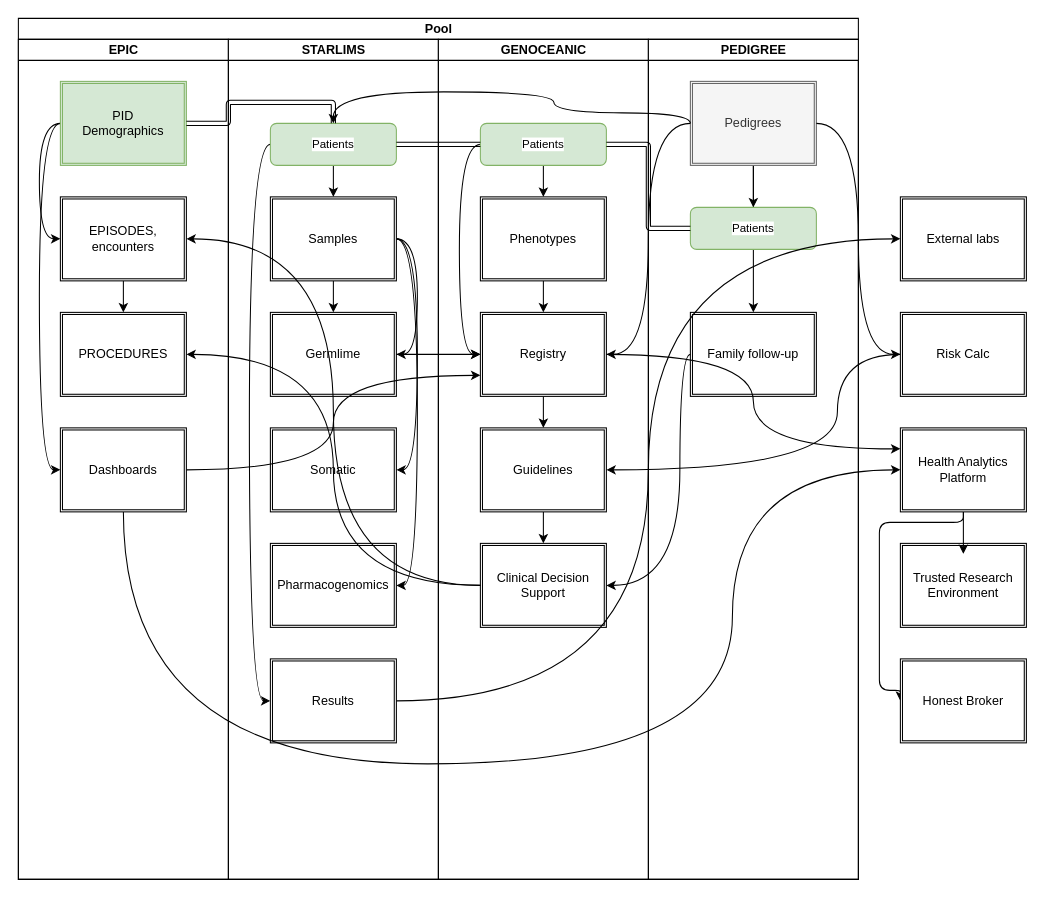
Above: Untitled Diagram.drawio in shanemuk/pedigreemd (draw.io), before the change. Source tidied: cells renumbered, new cells numbered last; positions are measured from the earlier drawing's top-left corner, leaving out a move shared by most shapes. Both pictures are drawn from the tidied source at 105%, with x=0, y=0 at pixel (18, 18).
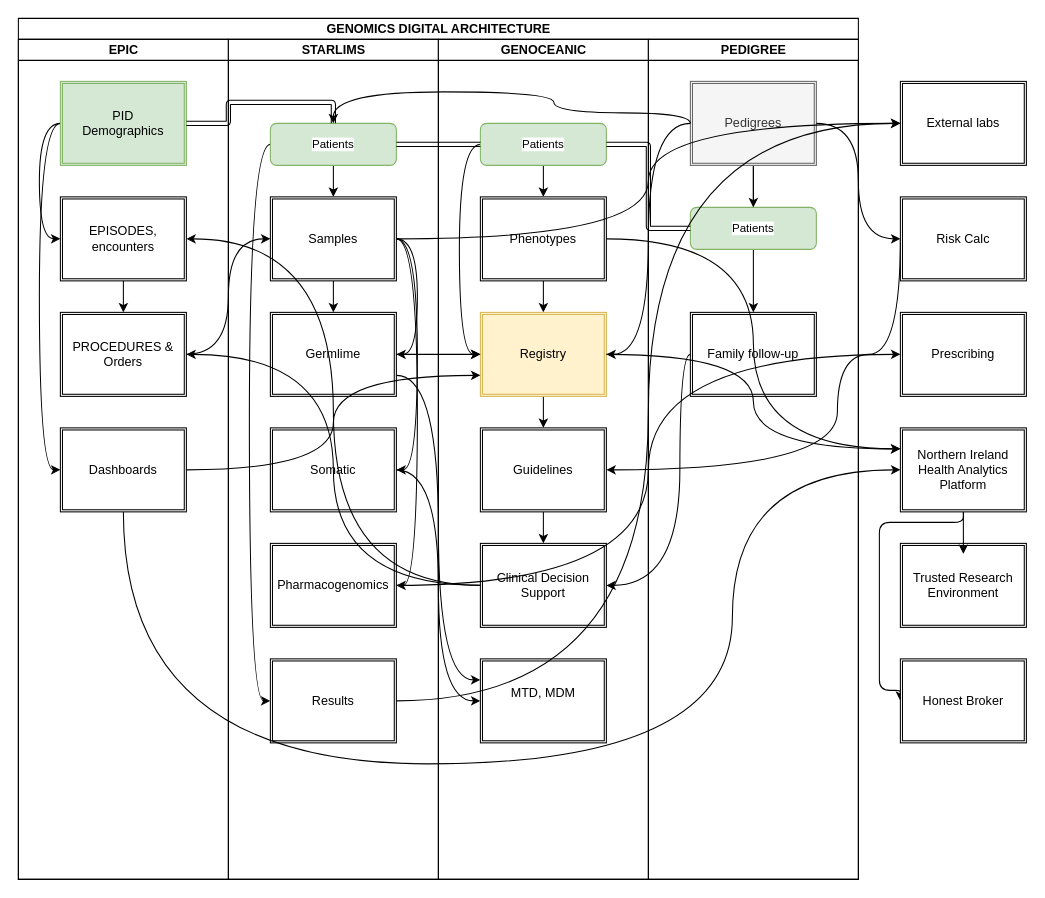
The same diagram, later.

Unchanged cells that the change refers to:
```xml
<mxCell id="3" value="EPIC" style="swimlane;startSize=20;html=1;" parent="2" vertex="1">
  <mxGeometry y="20" width="200" height="800" as="geometry" />
</mxCell>
<mxCell id="16" value="Samples" style="shape=ext;double=1;rounded=0;whiteSpace=wrap;html=1;" parent="11" vertex="1">
  <mxGeometry x="40" y="150" width="120" height="80" as="geometry" />
</mxCell>
<mxCell id="17" value="Germlime" style="shape=ext;double=1;rounded=0;whiteSpace=wrap;html=1;" parent="11" vertex="1">
  <mxGeometry x="40" y="260" width="120" height="80" as="geometry" />
</mxCell>
<mxCell id="18" value="Somatic" style="shape=ext;double=1;rounded=0;whiteSpace=wrap;html=1;" parent="11" vertex="1">
  <mxGeometry x="40" y="370" width="120" height="80" as="geometry" />
</mxCell>
<mxCell id="22" value="Pharmacogenomics" style="shape=ext;double=1;rounded=0;whiteSpace=wrap;html=1;" parent="11" vertex="1">
  <mxGeometry x="40" y="480" width="120" height="80" as="geometry" />
</mxCell>
<mxCell id="24" value="GENOCEANIC" style="swimlane;startSize=20;html=1;" parent="2" vertex="1">
  <mxGeometry x="400" y="20" width="200" height="800" as="geometry" />
</mxCell>
<mxCell id="26" value="Phenotypes" style="shape=ext;double=1;rounded=0;whiteSpace=wrap;html=1;" parent="24" vertex="1">
  <mxGeometry x="40" y="150" width="120" height="80" as="geometry" />
</mxCell>
```

Diff of the diagram source:
```diff
@@
-    <mxCell id="2" value="Pool" style="swimlane;startSize=20;html=1;" parent="1" vertex="1">
+    <mxCell id="2" value="GENOMICS DIGITAL ARCHITECTURE" style="swimlane;startSize=20;html=1;" parent="1" vertex="1">
       <mxGeometry width="800" height="820" as="geometry" />
     </mxCell>
@@
-    <mxCell id="9" value="PROCEDURES" style="shape=ext;double=1;rounded=0;whiteSpace=wrap;html=1;" parent="3" vertex="1">
+    <mxCell id="9" value="PROCEDURES &amp;amp; Orders" style="shape=ext;double=1;rounded=0;whiteSpace=wrap;html=1;" parent="3" vertex="1">
       <mxGeometry x="40" y="260" width="120" height="80" as="geometry" />
     </mxCell>
@@
-    <mxCell id="30" value="Registry" style="shape=ext;double=1;rounded=0;whiteSpace=wrap;html=1;" parent="24" vertex="1">
+    <mxCell id="30" value="Registry" style="shape=ext;double=1;rounded=0;whiteSpace=wrap;html=1;fillColor=#fff2cc;strokeColor=#d6b656;" parent="24" vertex="1">
       <mxGeometry x="40" y="260" width="120" height="80" as="geometry" />
     </mxCell>
@@
+    <mxCell id="63" value="MTD, MDM&lt;div&gt;&lt;br&gt;&lt;/div&gt;" style="shape=ext;double=1;rounded=0;whiteSpace=wrap;html=1;" parent="24" vertex="1">
+      <mxGeometry x="40" y="590" width="120" height="80" as="geometry" />
+    </mxCell>
@@
+    <mxCell id="64" style="edgeStyle=orthogonalEdgeStyle;shape=connector;curved=1;rounded=1;jettySize=auto;html=1;exitX=1;exitY=0.5;exitDx=0;exitDy=0;entryX=0;entryY=0.5;entryDx=0;entryDy=0;strokeColor=default;align=center;verticalAlign=middle;fontFamily=Helvetica;fontSize=11;fontColor=default;labelBackgroundColor=default;endArrow=classic;" parent="2" edge="1" source="18" target="63">
+      <mxGeometry relative="1" as="geometry" />
+    </mxCell>
+    <mxCell id="65" style="edgeStyle=orthogonalEdgeStyle;shape=connector;curved=1;rounded=1;jettySize=auto;html=1;exitX=1;exitY=0.5;exitDx=0;exitDy=0;entryX=0;entryY=0.5;entryDx=0;entryDy=0;strokeColor=default;align=center;verticalAlign=middle;fontFamily=Helvetica;fontSize=11;fontColor=default;labelBackgroundColor=default;endArrow=classic;" parent="2" edge="1" source="9" target="16">
+      <mxGeometry relative="1" as="geometry" />
+    </mxCell>
+    <mxCell id="66" style="edgeStyle=orthogonalEdgeStyle;shape=connector;curved=1;rounded=1;jettySize=auto;html=1;exitX=1;exitY=0.75;exitDx=0;exitDy=0;entryX=0;entryY=0.25;entryDx=0;entryDy=0;strokeColor=default;align=center;verticalAlign=middle;fontFamily=Helvetica;fontSize=11;fontColor=default;labelBackgroundColor=default;endArrow=classic;" parent="2" edge="1" source="17" target="63">
+      <mxGeometry relative="1" as="geometry" />
+    </mxCell>
@@
     <mxCell id="52" value="Risk Calc" style="shape=ext;double=1;rounded=0;whiteSpace=wrap;html=1;" parent="1" vertex="1">
-      <mxGeometry x="840" y="280" width="120" height="80" as="geometry" />
+      <mxGeometry x="840" y="170" width="120" height="80" as="geometry" />
     </mxCell>
     <mxCell id="53" value="External labs" style="shape=ext;double=1;rounded=0;whiteSpace=wrap;html=1;" parent="1" vertex="1">
-      <mxGeometry x="840" y="170" width="120" height="80" as="geometry" />
+      <mxGeometry x="840" y="60" width="120" height="80" as="geometry" />
     </mxCell>
-    <mxCell id="54" value="Health Analytics Platform" style="shape=ext;double=1;rounded=0;whiteSpace=wrap;html=1;" parent="1" vertex="1">
+    <mxCell id="54" value="Northern Ireland Health Analytics Platform" style="shape=ext;double=1;rounded=0;whiteSpace=wrap;html=1;" parent="1" vertex="1">
       <mxGeometry x="840" y="390" width="120" height="80" as="geometry" />
     </mxCell>
@@
+    <mxCell id="67" value="Prescribing" style="shape=ext;double=1;rounded=0;whiteSpace=wrap;html=1;" parent="1" vertex="1">
+      <mxGeometry x="840" y="280" width="120" height="80" as="geometry" />
+    </mxCell>
+    <mxCell id="68" style="edgeStyle=orthogonalEdgeStyle;shape=connector;curved=1;rounded=1;jettySize=auto;html=1;exitX=1;exitY=0.5;exitDx=0;exitDy=0;entryX=0;entryY=0.5;entryDx=0;entryDy=0;strokeColor=default;align=center;verticalAlign=middle;fontFamily=Helvetica;fontSize=11;fontColor=default;labelBackgroundColor=default;endArrow=classic;" parent="1" edge="1" source="22" target="67">
+      <mxGeometry relative="1" as="geometry" />
+    </mxCell>
+    <mxCell id="69" style="edgeStyle=orthogonalEdgeStyle;shape=connector;curved=1;rounded=1;jettySize=auto;html=1;exitX=1;exitY=0.5;exitDx=0;exitDy=0;entryX=0;entryY=0.5;entryDx=0;entryDy=0;strokeColor=default;align=center;verticalAlign=middle;fontFamily=Helvetica;fontSize=11;fontColor=default;labelBackgroundColor=default;endArrow=classic;" parent="1" edge="1" source="16" target="53">
+      <mxGeometry relative="1" as="geometry" />
+    </mxCell>
+    <mxCell id="70" style="edgeStyle=orthogonalEdgeStyle;shape=connector;curved=1;rounded=1;jettySize=auto;html=1;exitX=1;exitY=0.5;exitDx=0;exitDy=0;entryX=0;entryY=0.25;entryDx=0;entryDy=0;strokeColor=default;align=center;verticalAlign=middle;fontFamily=Helvetica;fontSize=11;fontColor=default;labelBackgroundColor=default;endArrow=classic;" parent="1" edge="1" source="26" target="54">
+      <mxGeometry relative="1" as="geometry" />
+    </mxCell>
```
